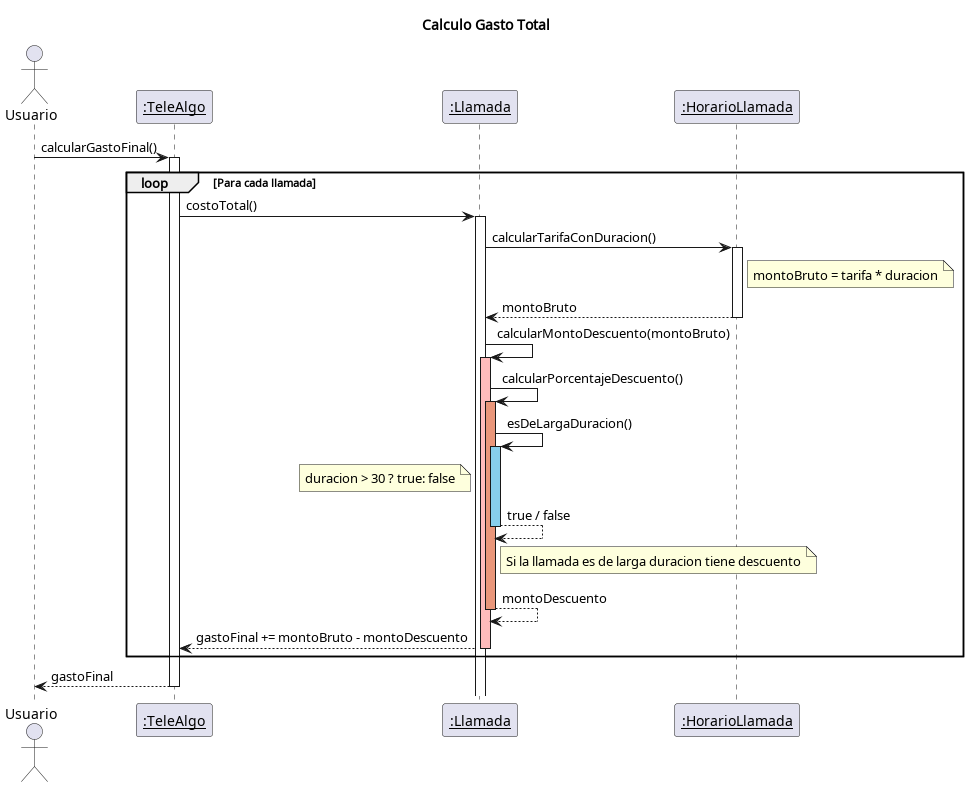
Above: tp1/reentrega/diagramas/build/calculoGastoTotal.png in carlosecp/uba-algo3 (PlantUML), before the change. The source it was exported from:
```plantuml
@startuml

title Calculo Gasto Total

actor Usuario
participant "__:TeleAlgo__" as teleAlgo
participant "__:Llamada__" as llamada
participant "__:HorarioLlamada__" as horario

Usuario -> teleAlgo: calcularGastoFinal()
activate teleAlgo

loop Para cada llamada
  teleAlgo -> llamada : costoTotal()
  activate llamada

  llamada -> horario : calcularTarifaConDuracion()
  activate horario

  note right of horario
    montoBruto = tarifa * duracion
  end note

  llamada <-- horario : montoBruto
  deactivate horario

  llamada -> llamada ++ #FFBBBB: calcularMontoDescuento(montoBruto)
  llamada -> llamada ++ #DarkSalmon: calcularPorcentajeDescuento()
  llamada -> llamada ++ #87CEEB: esDeLargaDuracion()

  note left of llamada
    duracion > 30 ? true: false
  end note

  return true / false

  note right of llamada
   Si la llamada es de larga duracion tiene descuento
  end note

  return montoDescuento

  llamada --> teleAlgo: gastoFinal += montoBruto - montoDescuento
  deactivate llamada
end

teleAlgo --> Usuario: gastoFinal

deactivate teleAlgo

@enduml
```
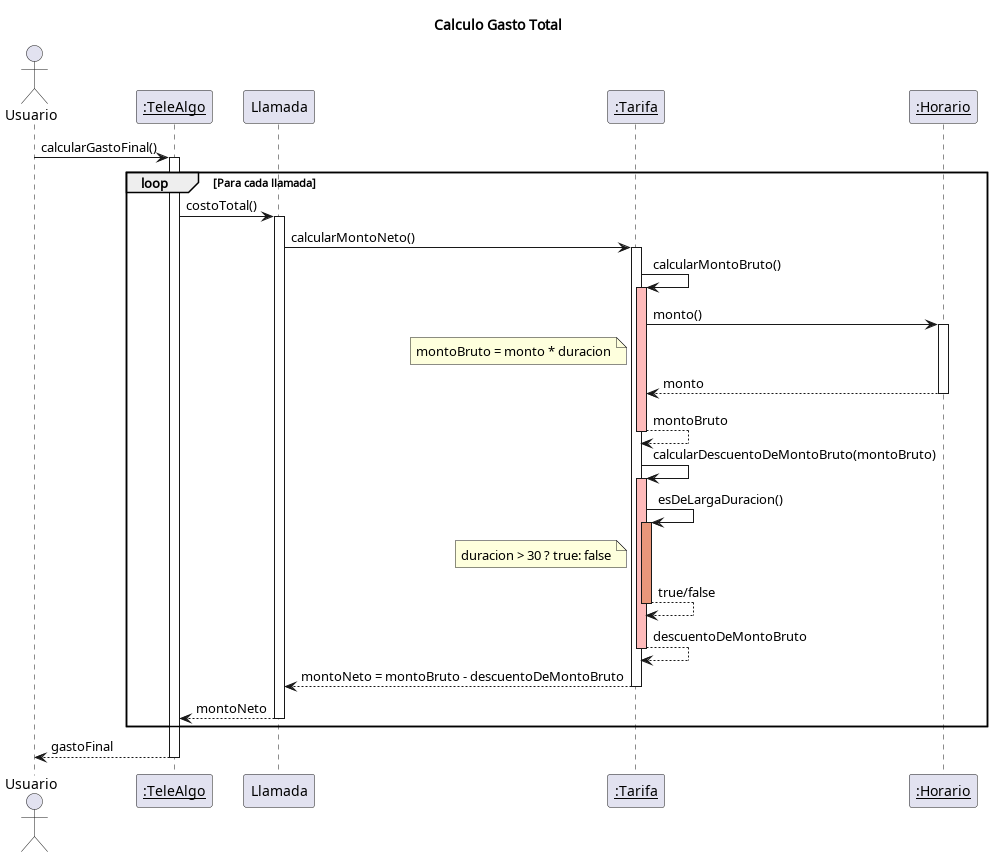
Above is the later version.

Change to the diagram source:
```diff
@@ -4,8 +4,9 @@
 
 actor Usuario
 participant "__:TeleAlgo__" as teleAlgo
-participant "__:Llamada__" as llamada
-participant "__:HorarioLlamada__" as horario
+participant "Llamada" as llamada
+participant "__:Tarifa__" as tarifa
+participant "__:Horario__" as horario
 
 Usuario -> teleAlgo: calcularGastoFinal()
 activate teleAlgo
@@ -14,34 +15,33 @@
   teleAlgo -> llamada : costoTotal()
   activate llamada
 
-  llamada -> horario : calcularTarifaConDuracion()
-  activate horario
+  llamada -> tarifa : calcularMontoNeto()
+  activate tarifa
 
-  note right of horario
-    montoBruto = tarifa * duracion
+  tarifa -> tarifa ++ #FFBBBB: calcularMontoBruto()
+
+	tarifa -> horario : monto()
+	activate horario
+
+  note left of tarifa
+  	montoBruto = monto * duracion
   end note
 
-  llamada <-- horario : montoBruto
-  deactivate horario
+	return monto
+	return montoBruto
 
-  llamada -> llamada ++ #FFBBBB: calcularMontoDescuento(montoBruto)
-  llamada -> llamada ++ #DarkSalmon: calcularPorcentajeDescuento()
-  llamada -> llamada ++ #87CEEB: esDeLargaDuracion()
+  tarifa -> tarifa ++ #FFBBBB: calcularDescuentoDeMontoBruto(montoBruto)
+  tarifa -> tarifa ++ #DarkSalmon: esDeLargaDuracion()
 
-  note left of llamada
+  note left of tarifa
     duracion > 30 ? true: false
   end note
 
-  return true / false
+	return true/false
+	return descuentoDeMontoBruto
 
-  note right of llamada
-   Si la llamada es de larga duracion tiene descuento
-  end note
-
-  return montoDescuento
-
-  llamada --> teleAlgo: gastoFinal += montoBruto - montoDescuento
-  deactivate llamada
+	return montoNeto = montoBruto - descuentoDeMontoBruto
+	return montoNeto
 end
 
 teleAlgo --> Usuario: gastoFinal
```
